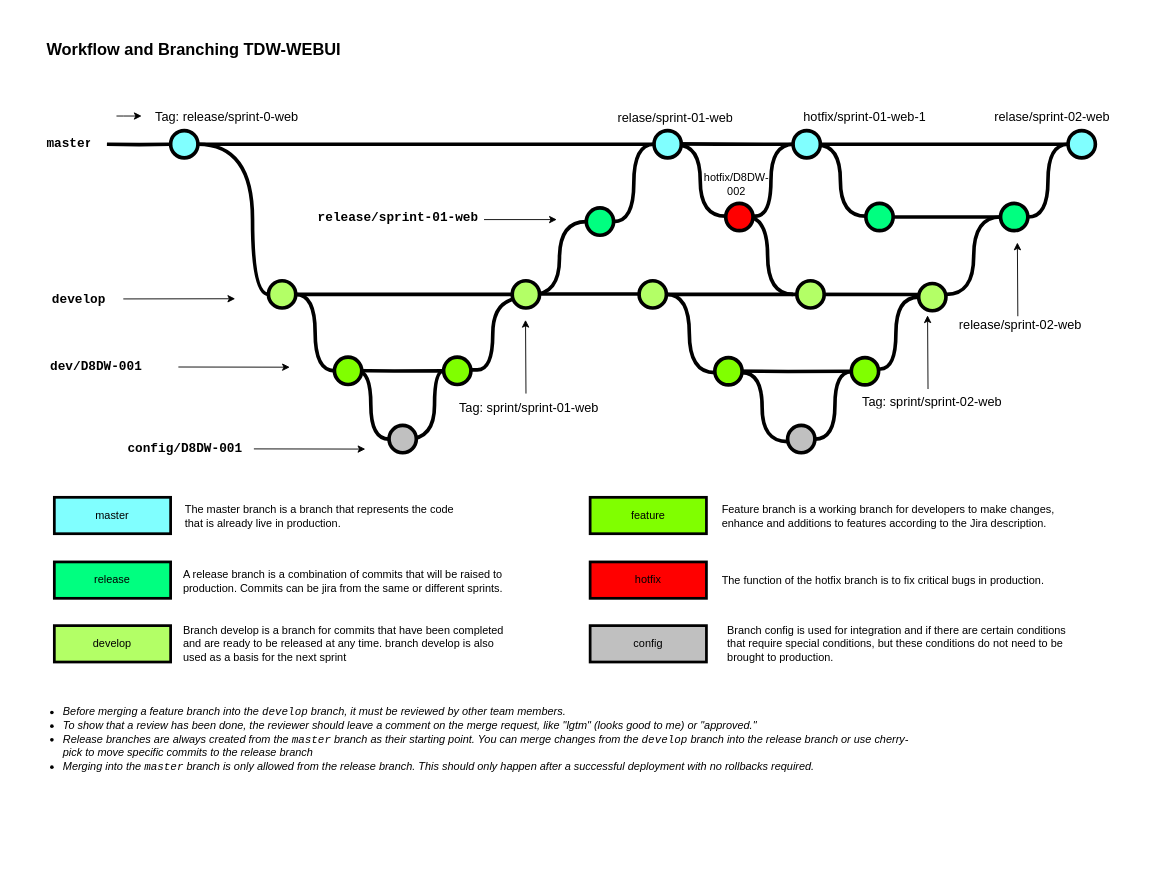
The draw.io diagram diagram/WebUI Branching.drawio in afatbenz/diagram, before the edit. Source tidied: cells renumbered, new cells numbered last; positions are measured from the earlier drawing's top-left corner, leaving out a move shared by most shapes. Both pictures are drawn from the tidied source at 91%, with x=0, y=0 at pixel (15, 15).
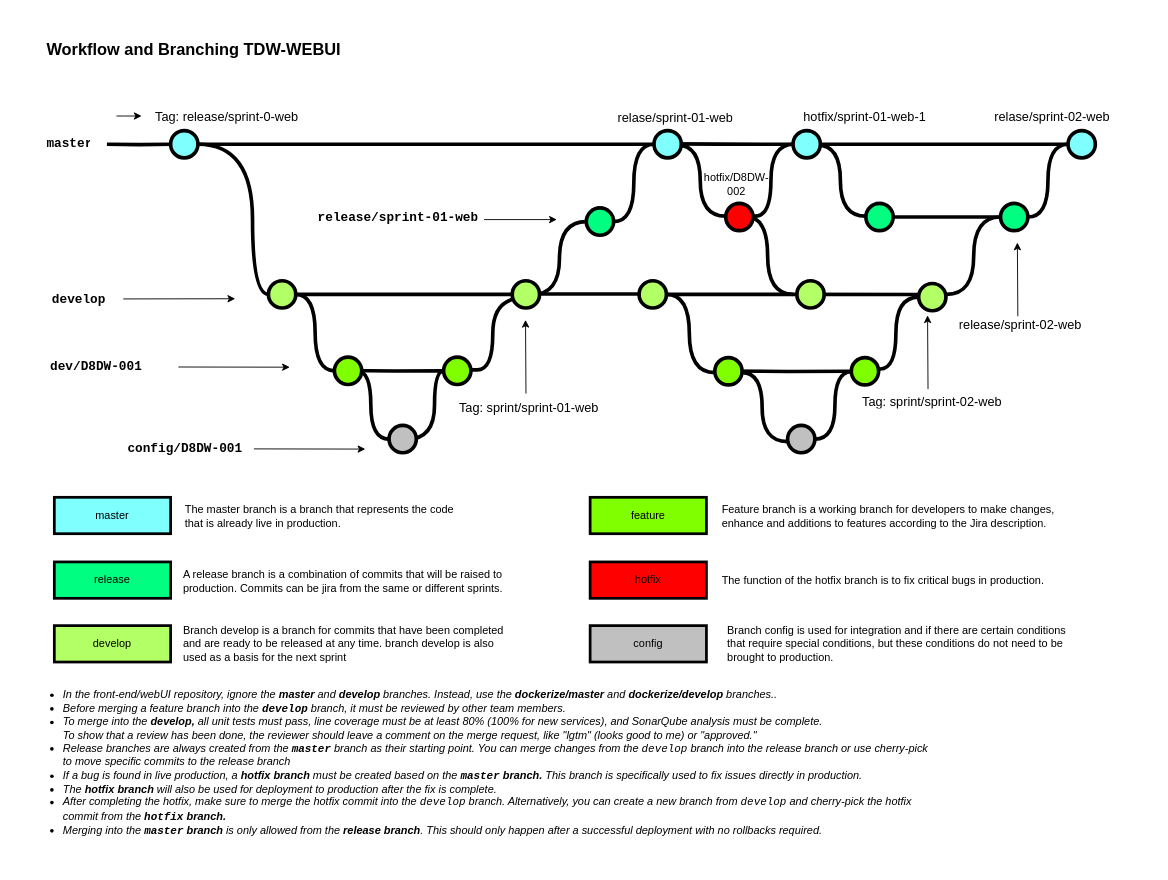
The same diagram, later.

The edit, as a diff of the source:
```diff
@@
     <mxCell id="84" style="rounded=0;whiteSpace=wrap;html=1;strokeWidth=0;strokeColor=light-dark(#ffffff, #ededed);fillColor=none;" parent="1" vertex="1">
-      <mxGeometry x="10" y="828" width="1240" height="20" as="geometry" />
+      <mxGeometry x="10" y="913" width="1240" height="20" as="geometry" />
     </mxCell>
@@
-    <mxCell id="86" value="&lt;div&gt;&lt;ul&gt;&lt;li&gt;&lt;i&gt;Before merging a feature branch into the &lt;code&gt;develop&lt;/code&gt; branch, it must be reviewed by other team members.&lt;/i&gt;&lt;/li&gt;&lt;li&gt;&lt;i&gt;To show that a review has been done, the reviewer should leave a comment on the merge request, like &quot;lgtm&quot; (looks good to me) or &quot;approved.&quot;&lt;/i&gt;&lt;/li&gt;&lt;li&gt;&lt;i&gt;Release branches are always created from the &lt;code&gt;master&lt;/code&gt; branch as their starting point. You can merge changes from the &lt;code&gt;develop&lt;/code&gt; branch into the release branch or use cherry-pick to move specific commits to the release branch&lt;/i&gt;&lt;/li&gt;&lt;li&gt;&lt;i&gt;Merging into the &lt;code&gt;master&lt;/code&gt; branch is only allowed from the release branch. This should only happen after a successful deployment with no rollbacks required.&lt;/i&gt;&lt;/li&gt;&lt;/ul&gt;&lt;/div&gt;" style="text;html=1;align=left;verticalAlign=middle;whiteSpace=wrap;rounded=0;" parent="1" vertex="1">
-      <mxGeometry x="10" y="735" width="990" height="120" as="geometry" />
+    <mxCell id="86" value="&lt;div&gt;&lt;ul&gt;&lt;li&gt;&lt;font&gt;&lt;i&gt;In the front-end/webUI repository, ignore the &lt;b&gt;master &lt;/b&gt;and &lt;b&gt;develop &lt;/b&gt;branches. Instead, use the &lt;b&gt;dockerize/master&lt;/b&gt; and &lt;b&gt;dockerize/develop&lt;/b&gt; branches..&lt;/i&gt;&lt;/font&gt;&lt;/li&gt;&lt;li&gt;&lt;font&gt;&lt;i&gt;Before merging a feature branch into the &lt;code&gt;&lt;b&gt;develop&lt;/b&gt;&lt;/code&gt; branch, it must be reviewed by other team members.&lt;/i&gt;&lt;/font&gt;&lt;/li&gt;&lt;li&gt;&lt;font&gt;&lt;i&gt;To merge into the &lt;b&gt;develop,&lt;/b&gt; all unit tests must pass, line coverage must be at least 80% (100% for new services), and SonarQube analysis must be complete. &lt;br&gt;To show that a review has been done, the reviewer should leave a comment on the merge request, like &quot;lgtm&quot; (looks good to me) or &quot;approved.&quot;&lt;/i&gt;&lt;/font&gt;&lt;/li&gt;&lt;li&gt;&lt;font&gt;&lt;i&gt;Release branches are always created from the &lt;code&gt;&lt;b&gt;master&lt;/b&gt;&lt;/code&gt; branch as their starting point. You can merge changes from the &lt;code&gt;develop&lt;/code&gt; branch into the release branch or use cherry-pick to move specific commits to the release branch&lt;/i&gt;&lt;/font&gt;&lt;/li&gt;&lt;li&gt;&lt;font&gt;&lt;i&gt;If a bug is found in live production, a &lt;strong&gt;hotfix branch&lt;/strong&gt; must be created based on the &lt;b&gt;&lt;code&gt;master&lt;/code&gt; branch.&lt;/b&gt; This branch is specifically used to fix issues directly in production.&lt;/i&gt;&lt;/font&gt;&lt;/li&gt;&lt;li&gt;&lt;font&gt;&lt;i&gt;The &lt;strong&gt;hotfix branch&lt;/strong&gt; will also be used for deployment to production after the fix is complete.&lt;/i&gt;&lt;/font&gt;&lt;/li&gt;&lt;li&gt;&lt;font&gt;&lt;i&gt;After completing the hotfix, make sure to merge the hotfix commit into the &lt;code&gt;develop&lt;/code&gt; branch. Alternatively, you can create a new branch from &lt;code&gt;develop&lt;/code&gt; and cherry-pick the hotfix commit from the &lt;b&gt;&lt;code&gt;hotfix&lt;/code&gt; branch.&lt;/b&gt;&lt;/i&gt;&lt;/font&gt;&lt;/li&gt;&lt;li&gt;&lt;font&gt;&lt;i&gt;Merging into the &lt;b&gt;&lt;code&gt;master&lt;/code&gt; branch&lt;/b&gt; is only allowed from the &lt;b&gt;release branch&lt;/b&gt;. This should only happen after a successful deployment with no rollbacks required.&lt;/i&gt;&lt;/font&gt;&lt;/li&gt;&lt;/ul&gt;&lt;/div&gt;" style="text;html=1;align=left;verticalAlign=middle;whiteSpace=wrap;rounded=0;" parent="1" vertex="1">
+      <mxGeometry x="10" y="761" width="1000" height="120" as="geometry" />
     </mxCell>
```
